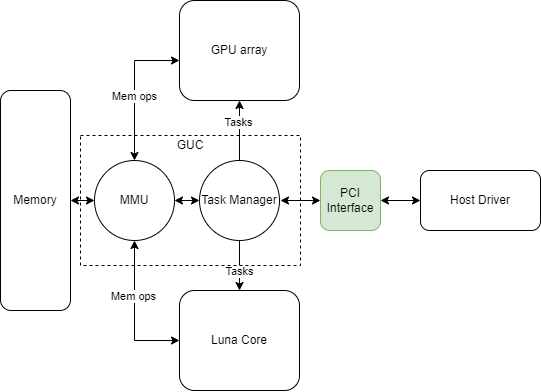
Before: гетерогенная вычислительная система.drawio.png, a diagram exported from draw.io (masterCopipaster/mag_diploma). Source tidied: cells renumbered, new cells last; positions are measured from the earlier drawing's top-left corner, leaving out a move shared by most shapes. Its diagram source:
```xml
<mxGraphModel>
  <root>
    <mxCell id="0" />
    <mxCell id="1" parent="0" />
    <mxCell id="2" value="GPU array" style="rounded=1;whiteSpace=wrap;html=1;" parent="1" vertex="1">
      <mxGeometry x="179" width="120" height="100" as="geometry" />
    </mxCell>
    <mxCell id="3" value="Memory" style="rounded=1;whiteSpace=wrap;html=1;" parent="1" vertex="1">
      <mxGeometry y="90" width="70" height="220" as="geometry" />
    </mxCell>
    <mxCell id="4" style="edgeStyle=none;rounded=0;jettySize=auto;html=1;exitX=0.5;exitY=1;exitDx=0;exitDy=0;entryX=0.5;entryY=0;entryDx=0;entryDy=0;" parent="1" edge="1" source="9" target="10">
      <mxGeometry relative="1" as="geometry" />
    </mxCell>
    <mxCell id="5" value="Tasks" style="edgeLabel;html=1;align=center;verticalAlign=middle;" parent="4" vertex="1">
      <mxGeometry x="0.22" relative="1" as="geometry" />
    </mxCell>
    <mxCell id="6" style="edgeStyle=none;rounded=0;jettySize=auto;html=1;exitX=0.5;exitY=0;exitDx=0;exitDy=0;entryX=0.5;entryY=1;entryDx=0;entryDy=0;" parent="1" edge="1" source="9" target="2">
      <mxGeometry relative="1" as="geometry" />
    </mxCell>
    <mxCell id="7" value="Tasks" style="edgeLabel;html=1;align=center;verticalAlign=middle;" parent="6" vertex="1">
      <mxGeometry x="0.29" y="1" relative="1" as="geometry" />
    </mxCell>
    <mxCell id="8" style="edgeStyle=none;rounded=0;jettySize=auto;html=1;exitX=0;exitY=0.5;exitDx=0;exitDy=0;entryX=1;entryY=0.5;entryDx=0;entryDy=0;startArrow=classic;startFill=1;" parent="1" edge="1" source="9" target="16">
      <mxGeometry relative="1" as="geometry" />
    </mxCell>
    <mxCell id="9" value="Task Manager" style="ellipse;whiteSpace=wrap;html=1;" parent="1" vertex="1">
      <mxGeometry x="199" y="160" width="80" height="80" as="geometry" />
    </mxCell>
    <mxCell id="10" value="Luna Core" style="rounded=1;whiteSpace=wrap;html=1;" parent="1" vertex="1">
      <mxGeometry x="179" y="290" width="120" height="100" as="geometry" />
    </mxCell>
    <mxCell id="11" style="edgeStyle=none;rounded=0;jettySize=auto;html=1;exitX=0;exitY=0.5;exitDx=0;exitDy=0;entryX=1;entryY=0.5;entryDx=0;entryDy=0;startArrow=classic;startFill=1;" parent="1" edge="1" source="16" target="3">
      <mxGeometry relative="1" as="geometry" />
    </mxCell>
    <mxCell id="12" style="edgeStyle=orthogonalEdgeStyle;rounded=0;jettySize=auto;html=1;exitX=0.5;exitY=0;exitDx=0;exitDy=0;entryX=0;entryY=0.6;entryDx=0;entryDy=0;entryPerimeter=0;startArrow=classic;startFill=1;" parent="1" edge="1" source="16" target="2">
      <mxGeometry relative="1" as="geometry" />
    </mxCell>
    <mxCell id="13" value="Mem ops" style="edgeLabel;html=1;align=center;verticalAlign=middle;" parent="12" vertex="1">
      <mxGeometry x="-0.11" relative="1" as="geometry" />
    </mxCell>
    <mxCell id="14" style="edgeStyle=orthogonalEdgeStyle;rounded=0;jettySize=auto;html=1;exitX=0.5;exitY=1;exitDx=0;exitDy=0;entryX=0;entryY=0.5;entryDx=0;entryDy=0;startArrow=classic;startFill=1;" parent="1" edge="1" source="16" target="10">
      <mxGeometry relative="1" as="geometry" />
    </mxCell>
    <mxCell id="15" value="Mem ops" style="edgeLabel;html=1;align=center;verticalAlign=middle;" parent="14" vertex="1">
      <mxGeometry x="-0.24" y="-1" relative="1" as="geometry" />
    </mxCell>
    <mxCell id="16" value="MMU" style="ellipse;whiteSpace=wrap;html=1;" parent="1" vertex="1">
      <mxGeometry x="94" y="160" width="80" height="80" as="geometry" />
    </mxCell>
    <mxCell id="17" style="rounded=0;whiteSpace=wrap;html=1;fillColor=none;dashed=1;" parent="1" vertex="1">
      <mxGeometry x="80" y="135" width="220" height="130" as="geometry" />
    </mxCell>
    <mxCell id="18" value="GUC" style="text;html=1;strokeColor=none;fillColor=none;align=center;verticalAlign=middle;whiteSpace=wrap;rounded=0;dashed=1;" parent="1" vertex="1">
      <mxGeometry x="160" y="130" width="60" height="30" as="geometry" />
    </mxCell>
    <mxCell id="19" style="edgeStyle=orthogonalEdgeStyle;rounded=0;jettySize=auto;html=1;exitX=0;exitY=0.5;exitDx=0;exitDy=0;startArrow=classic;startFill=1;" parent="1" edge="1" source="20">
      <mxGeometry relative="1" as="geometry">
        <mxPoint x="280" y="200" as="targetPoint" />
      </mxGeometry>
    </mxCell>
    <mxCell id="20" value="PCI&lt;br&gt;Interface" style="rounded=1;whiteSpace=wrap;html=1;fillColor=#d5e8d4;strokeColor=#82b366;" parent="1" vertex="1">
      <mxGeometry x="320" y="170" width="60" height="60" as="geometry" />
    </mxCell>
    <mxCell id="21" style="edgeStyle=orthogonalEdgeStyle;rounded=0;jettySize=auto;html=1;exitX=0;exitY=0.5;exitDx=0;exitDy=0;entryX=1;entryY=0.5;entryDx=0;entryDy=0;startArrow=classic;startFill=1;" parent="1" edge="1" source="22" target="20">
      <mxGeometry relative="1" as="geometry" />
    </mxCell>
    <mxCell id="22" value="Host Driver" style="rounded=1;whiteSpace=wrap;html=1;fillColor=default;" parent="1" vertex="1">
      <mxGeometry x="420" y="170" width="120" height="60" as="geometry" />
    </mxCell>
  </root>
</mxGraphModel>
```
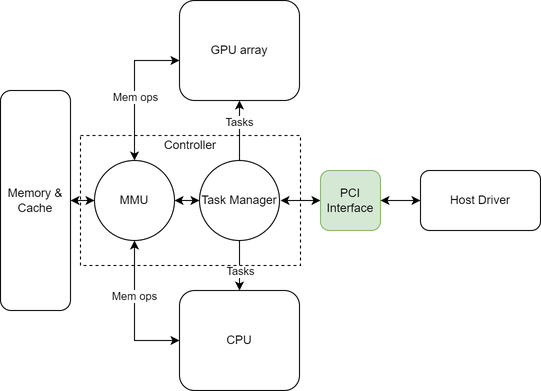
After the change.

Change to the diagram source:
```diff
@@ -5,7 +5,7 @@
     <mxCell id="2" value="GPU array" style="rounded=1;whiteSpace=wrap;html=1;" parent="1" vertex="1">
       <mxGeometry x="179" width="120" height="100" as="geometry" />
     </mxCell>
-    <mxCell id="3" value="Memory" style="rounded=1;whiteSpace=wrap;html=1;" parent="1" vertex="1">
+    <mxCell id="3" value="Memory &amp;amp;&lt;br&gt;Cache" style="rounded=1;whiteSpace=wrap;html=1;" parent="1" vertex="1">
       <mxGeometry y="90" width="70" height="220" as="geometry" />
     </mxCell>
     <mxCell id="4" style="edgeStyle=none;rounded=0;jettySize=auto;html=1;exitX=0.5;exitY=1;exitDx=0;exitDy=0;entryX=0.5;entryY=0;entryDx=0;entryDy=0;" parent="1" edge="1" source="9" target="10">
@@ -26,7 +26,7 @@
     <mxCell id="9" value="Task Manager" style="ellipse;whiteSpace=wrap;html=1;" parent="1" vertex="1">
       <mxGeometry x="199" y="160" width="80" height="80" as="geometry" />
     </mxCell>
-    <mxCell id="10" value="Luna Core" style="rounded=1;whiteSpace=wrap;html=1;" parent="1" vertex="1">
+    <mxCell id="10" value="CPU" style="rounded=1;whiteSpace=wrap;html=1;" parent="1" vertex="1">
       <mxGeometry x="179" y="290" width="120" height="100" as="geometry" />
     </mxCell>
     <mxCell id="11" style="edgeStyle=none;rounded=0;jettySize=auto;html=1;exitX=0;exitY=0.5;exitDx=0;exitDy=0;entryX=1;entryY=0.5;entryDx=0;entryDy=0;startArrow=classic;startFill=1;" parent="1" edge="1" source="16" target="3">
@@ -50,7 +50,7 @@
     <mxCell id="17" style="rounded=0;whiteSpace=wrap;html=1;fillColor=none;dashed=1;" parent="1" vertex="1">
       <mxGeometry x="80" y="135" width="220" height="130" as="geometry" />
     </mxCell>
-    <mxCell id="18" value="GUC" style="text;html=1;strokeColor=none;fillColor=none;align=center;verticalAlign=middle;whiteSpace=wrap;rounded=0;dashed=1;" parent="1" vertex="1">
+    <mxCell id="18" value="Controller" style="text;html=1;strokeColor=none;fillColor=none;align=center;verticalAlign=middle;whiteSpace=wrap;rounded=0;dashed=1;" parent="1" vertex="1">
       <mxGeometry x="160" y="130" width="60" height="30" as="geometry" />
     </mxCell>
     <mxCell id="19" style="edgeStyle=orthogonalEdgeStyle;rounded=0;jettySize=auto;html=1;exitX=0;exitY=0.5;exitDx=0;exitDy=0;startArrow=classic;startFill=1;" parent="1" edge="1" source="20">
```
